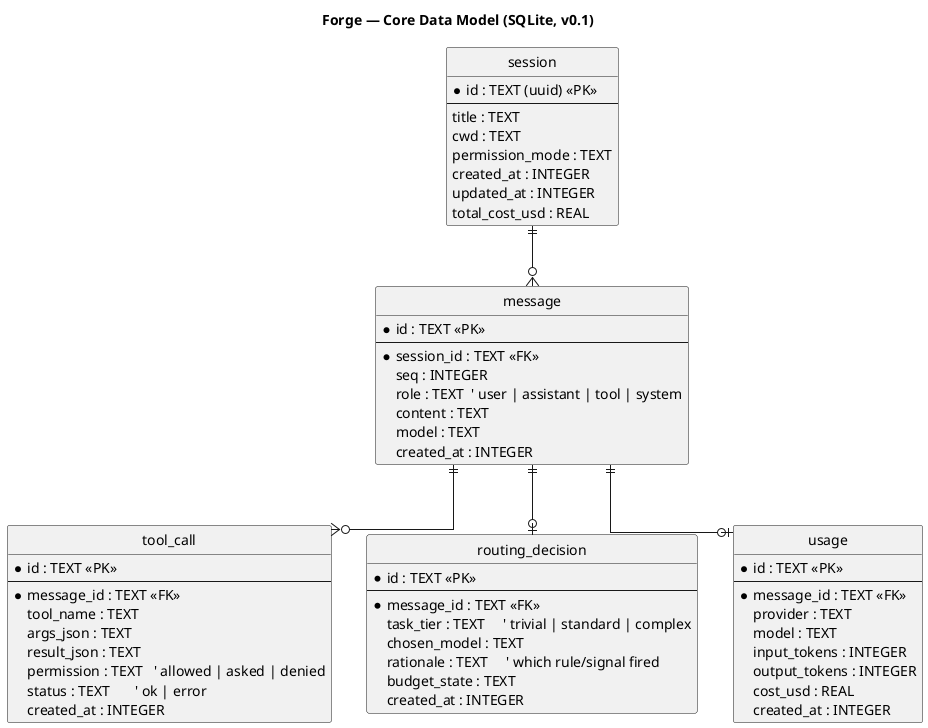
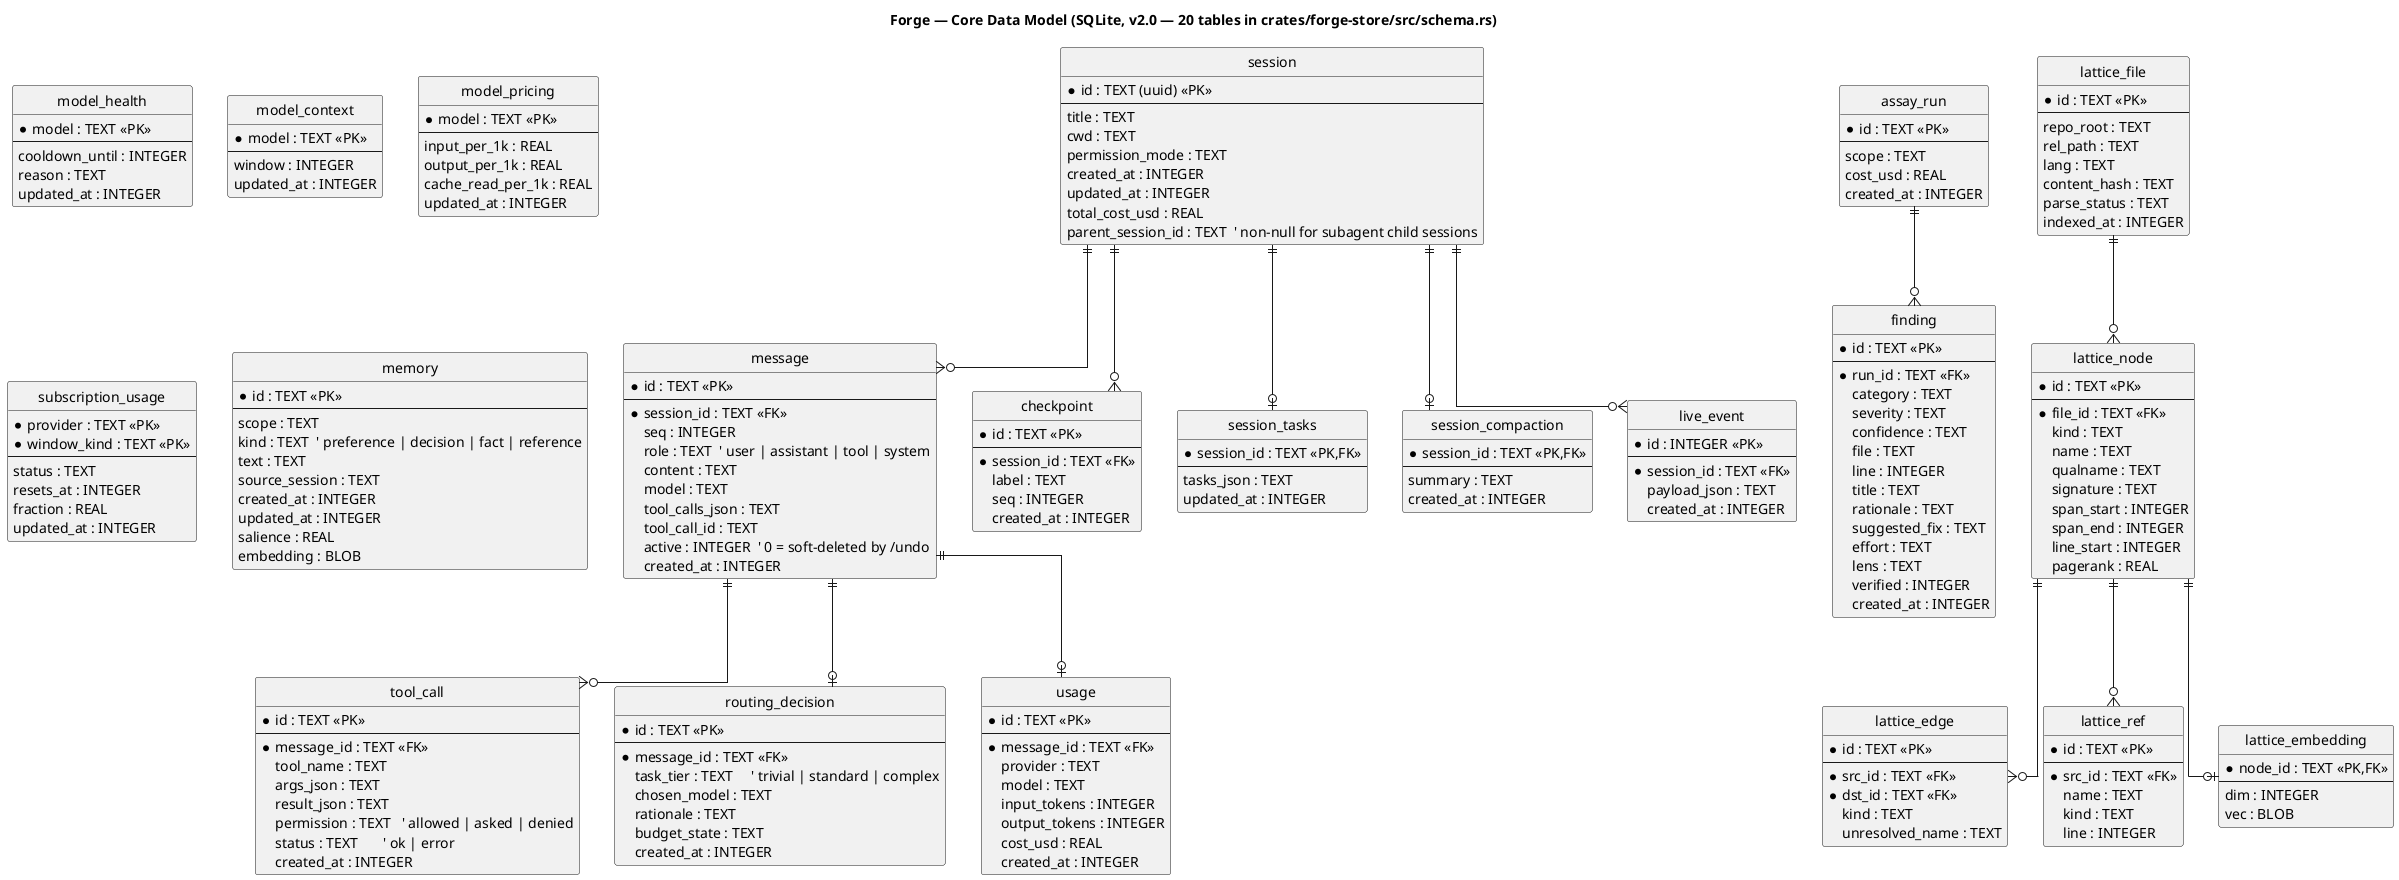
@startuml data-model
- title Forge — Core Data Model (SQLite, v0.1)
+ title Forge — Core Data Model (SQLite, v2.0 — 20 tables in crates/forge-store/src/schema.rs)

skinparam shadowing false
skinparam defaultFontName "Sans"
hide circle
skinparam linetype ortho

entity "session" as session {
  * id : TEXT (uuid) <<PK>>
  --
  title : TEXT
  cwd : TEXT
  permission_mode : TEXT
  created_at : INTEGER
  updated_at : INTEGER
  total_cost_usd : REAL
+   parent_session_id : TEXT  ' non-null for subagent child sessions
}

entity "message" as message {
  * id : TEXT <<PK>>
  --
  * session_id : TEXT <<FK>>
  seq : INTEGER
  role : TEXT  ' user | assistant | tool | system
  content : TEXT
  model : TEXT
+   tool_calls_json : TEXT
+   tool_call_id : TEXT
+   active : INTEGER  ' 0 = soft-deleted by /undo
+   created_at : INTEGER
+ }
+ 
+ entity "checkpoint" as checkpoint {
+   * id : TEXT <<PK>>
+   --
+   * session_id : TEXT <<FK>>
+   label : TEXT
+   seq : INTEGER
  created_at : INTEGER
}

entity "tool_call" as tool_call {
  * id : TEXT <<PK>>
  --
  * message_id : TEXT <<FK>>
  tool_name : TEXT
  args_json : TEXT
  result_json : TEXT
  permission : TEXT   ' allowed | asked | denied
  status : TEXT       ' ok | error
  created_at : INTEGER
}

entity "routing_decision" as routing {
  * id : TEXT <<PK>>
  --
  * message_id : TEXT <<FK>>
  task_tier : TEXT     ' trivial | standard | complex
  chosen_model : TEXT
-   rationale : TEXT     ' which rule/signal fired
+   rationale : TEXT
  budget_state : TEXT
  created_at : INTEGER
}

entity "usage" as usage {
  * id : TEXT <<PK>>
  --
  * message_id : TEXT <<FK>>
  provider : TEXT
  model : TEXT
  input_tokens : INTEGER
  output_tokens : INTEGER
  cost_usd : REAL
  created_at : INTEGER
}

+ entity "assay_run" as assay_run {
+   * id : TEXT <<PK>>
+   --
+   scope : TEXT
+   cost_usd : REAL
+   created_at : INTEGER
+ }
+ 
+ entity "finding" as finding {
+   * id : TEXT <<PK>>
+   --
+   * run_id : TEXT <<FK>>
+   category : TEXT
+   severity : TEXT
+   confidence : TEXT
+   file : TEXT
+   line : INTEGER
+   title : TEXT
+   rationale : TEXT
+   suggested_fix : TEXT
+   effort : TEXT
+   lens : TEXT
+   verified : INTEGER
+   created_at : INTEGER
+ }
+ 
+ entity "model_health" as model_health {
+   * model : TEXT <<PK>>
+   --
+   cooldown_until : INTEGER
+   reason : TEXT
+   updated_at : INTEGER
+ }
+ 
+ entity "model_context" as model_context {
+   * model : TEXT <<PK>>
+   --
+   window : INTEGER
+   updated_at : INTEGER
+ }
+ 
+ entity "model_pricing" as model_pricing {
+   * model : TEXT <<PK>>
+   --
+   input_per_1k : REAL
+   output_per_1k : REAL
+   cache_read_per_1k : REAL
+   updated_at : INTEGER
+ }
+ 
+ entity "subscription_usage" as subscription_usage {
+   * provider : TEXT <<PK>>
+   * window_kind : TEXT <<PK>>
+   --
+   status : TEXT
+   resets_at : INTEGER
+   fraction : REAL
+   updated_at : INTEGER
+ }
+ 
+ entity "session_tasks" as session_tasks {
+   * session_id : TEXT <<PK,FK>>
+   --
+   tasks_json : TEXT
+   updated_at : INTEGER
+ }
+ 
+ entity "lattice_file" as lattice_file {
+   * id : TEXT <<PK>>
+   --
+   repo_root : TEXT
+   rel_path : TEXT
+   lang : TEXT
+   content_hash : TEXT
+   parse_status : TEXT
+   indexed_at : INTEGER
+ }
+ 
+ entity "lattice_node" as lattice_node {
+   * id : TEXT <<PK>>
+   --
+   * file_id : TEXT <<FK>>
+   kind : TEXT
+   name : TEXT
+   qualname : TEXT
+   signature : TEXT
+   span_start : INTEGER
+   span_end : INTEGER
+   line_start : INTEGER
+   pagerank : REAL
+ }
+ 
+ entity "lattice_edge" as lattice_edge {
+   * id : TEXT <<PK>>
+   --
+   * src_id : TEXT <<FK>>
+   * dst_id : TEXT <<FK>>
+   kind : TEXT
+   unresolved_name : TEXT
+ }
+ 
+ entity "lattice_ref" as lattice_ref {
+   * id : TEXT <<PK>>
+   --
+   * src_id : TEXT <<FK>>
+   name : TEXT
+   kind : TEXT
+   line : INTEGER
+ }
+ 
+ entity "lattice_embedding" as lattice_embedding {
+   * node_id : TEXT <<PK,FK>>
+   --
+   dim : INTEGER
+   vec : BLOB
+ }
+ 
+ entity "session_compaction" as session_compaction {
+   * session_id : TEXT <<PK,FK>>
+   --
+   summary : TEXT
+   created_at : INTEGER
+ }
+ 
+ entity "memory" as memory {
+   * id : TEXT <<PK>>
+   --
+   scope : TEXT
+   kind : TEXT  ' preference | decision | fact | reference
+   text : TEXT
+   source_session : TEXT
+   created_at : INTEGER
+   updated_at : INTEGER
+   salience : REAL
+   embedding : BLOB
+ }
+ 
+ entity "live_event" as live_event {
+   * id : INTEGER <<PK>>
+   --
+   * session_id : TEXT <<FK>>
+   payload_json : TEXT
+   created_at : INTEGER
+ }
+ 
session ||--o{ message
+ session ||--o{ checkpoint
+ session ||--o| session_tasks
+ session ||--o| session_compaction
+ session ||--o{ live_event
message ||--o{ tool_call
message ||--o| routing
message ||--o| usage
+ assay_run ||--o{ finding
+ lattice_file ||--o{ lattice_node
+ lattice_node ||--o{ lattice_edge
+ lattice_node ||--o{ lattice_ref
+ lattice_node ||--o| lattice_embedding
@enduml
